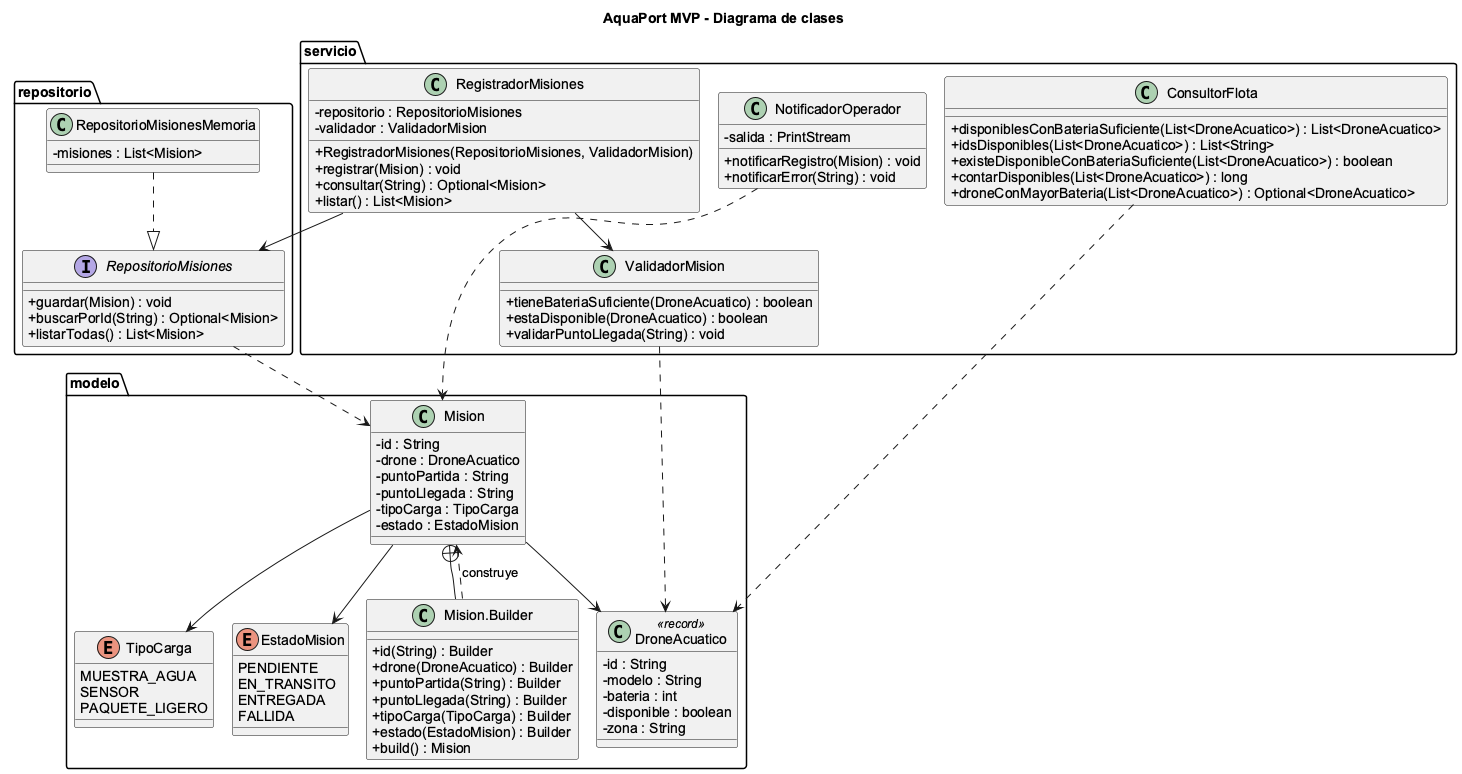
Above: docs/diagrama-clases-piplup.png in JUANNICOLASA/DOSW-AquaPort-Alvarez-JuanNicolas (PlantUML), before the change. Its diagram source:
```plantuml
@startuml diagrama-clases-piplup
!pragma layout smetana
skinparam classAttributeIconSize 0
skinparam shadowing false
skinparam defaultFontName Arial
title AquaPort MVP - Diagrama de clases

package modelo {
  class DroneAcuatico <<record>> {
    - id : String
    - modelo : String
    - bateria : int
    - disponible : boolean
    - zona : String
  }
  enum TipoCarga {
    MUESTRA_AGUA
    SENSOR
    PAQUETE_LIGERO
  }
  enum EstadoMision {
    PENDIENTE
    EN_TRANSITO
    ENTREGADA
    FALLIDA
  }
  class Mision {
    - id : String
    - drone : DroneAcuatico
    - puntoPartida : String
    - puntoLlegada : String
    - tipoCarga : TipoCarga
    - estado : EstadoMision
  }
  class "Mision.Builder" as Builder {
    + id(String) : Builder
    + drone(DroneAcuatico) : Builder
    + puntoPartida(String) : Builder
    + puntoLlegada(String) : Builder
    + tipoCarga(TipoCarga) : Builder
    + estado(EstadoMision) : Builder
    + build() : Mision
  }
}

package repositorio {
  interface RepositorioMisiones {
    + guardar(Mision) : void
    + buscarPorId(String) : Optional<Mision>
    + listarTodas() : List<Mision>
  }
  class RepositorioMisionesMemoria {
    - misiones : List<Mision>
  }
}

package servicio {
  class RegistradorMisiones {
    - repositorio : RepositorioMisiones
    - validador : ValidadorMision
    + RegistradorMisiones(RepositorioMisiones, ValidadorMision)
    + registrar(Mision) : void
    + consultar(String) : Optional<Mision>
    + listar() : List<Mision>
  }
  class ValidadorMision {
    + tieneBateriaSuficiente(DroneAcuatico) : boolean
    + estaDisponible(DroneAcuatico) : boolean
    + validarPuntoLlegada(String) : void
  }
  class NotificadorOperador {
    - salida : PrintStream
    + notificarRegistro(Mision) : void
    + notificarError(String) : void
  }
  class ConsultorFlota {
    + disponiblesConBateriaSuficiente(List<DroneAcuatico>) : List<DroneAcuatico>
    + idsDisponibles(List<DroneAcuatico>) : List<String>
    + existeDisponibleConBateriaSuficiente(List<DroneAcuatico>) : boolean
    + contarDisponibles(List<DroneAcuatico>) : long
    + droneConMayorBateria(List<DroneAcuatico>) : Optional<DroneAcuatico>
  }
}

Mision +-- Builder
Builder ..> Mision : construye
Mision --> DroneAcuatico
Mision --> TipoCarga
Mision --> EstadoMision
RepositorioMisionesMemoria ..|> RepositorioMisiones
RegistradorMisiones --> RepositorioMisiones
RegistradorMisiones --> ValidadorMision
RepositorioMisiones ..> Mision
NotificadorOperador ..> Mision
ConsultorFlota ..> DroneAcuatico
ValidadorMision ..> DroneAcuatico
@enduml
```
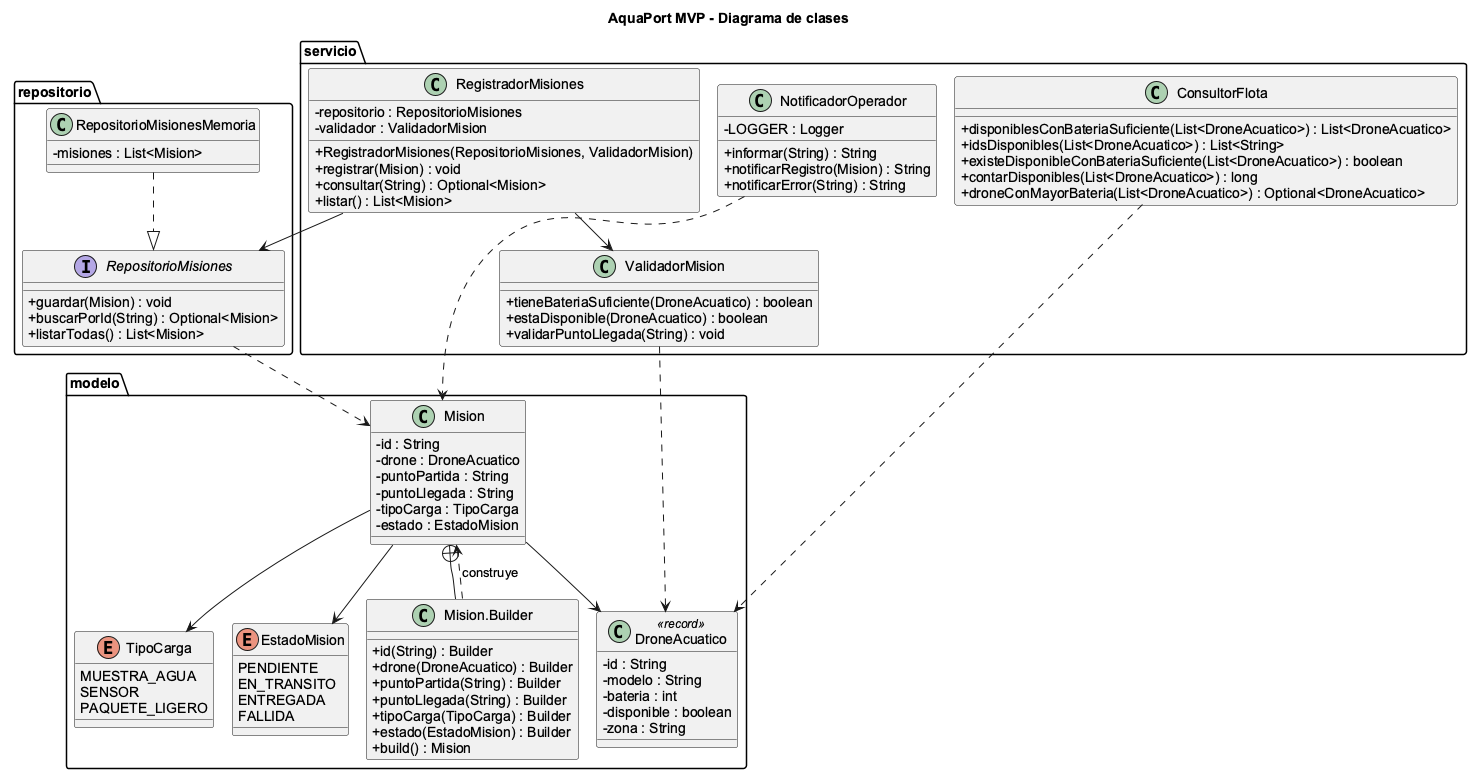
After the commit.

Commit message:
docs: actualizar diagrama de clases y salida del programa tras usar Logger

The edit, as a diff of the source:
```diff
@@ -69,9 +69,10 @@
     + validarPuntoLlegada(String) : void
   }
   class NotificadorOperador {
-    - salida : PrintStream
-    + notificarRegistro(Mision) : void
-    + notificarError(String) : void
+    - LOGGER : Logger
+    + informar(String) : String
+    + notificarRegistro(Mision) : String
+    + notificarError(String) : String
   }
   class ConsultorFlota {
     + disponiblesConBateriaSuficiente(List<DroneAcuatico>) : List<DroneAcuatico>
```
